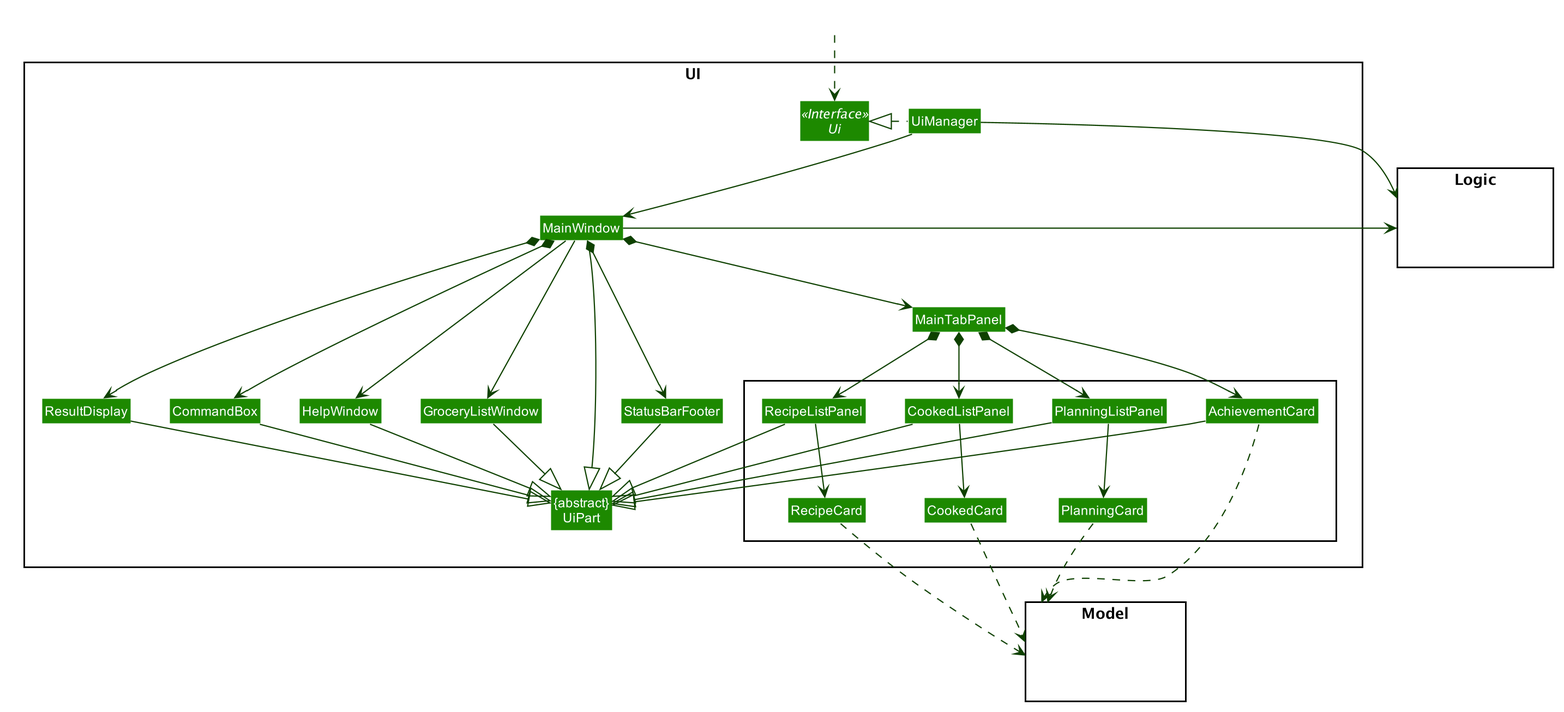
The PlantUML diagram docs/images/UiClassDiagram.png in nus-cs2103-AY1920S2/addressbook-level3, before a commit.
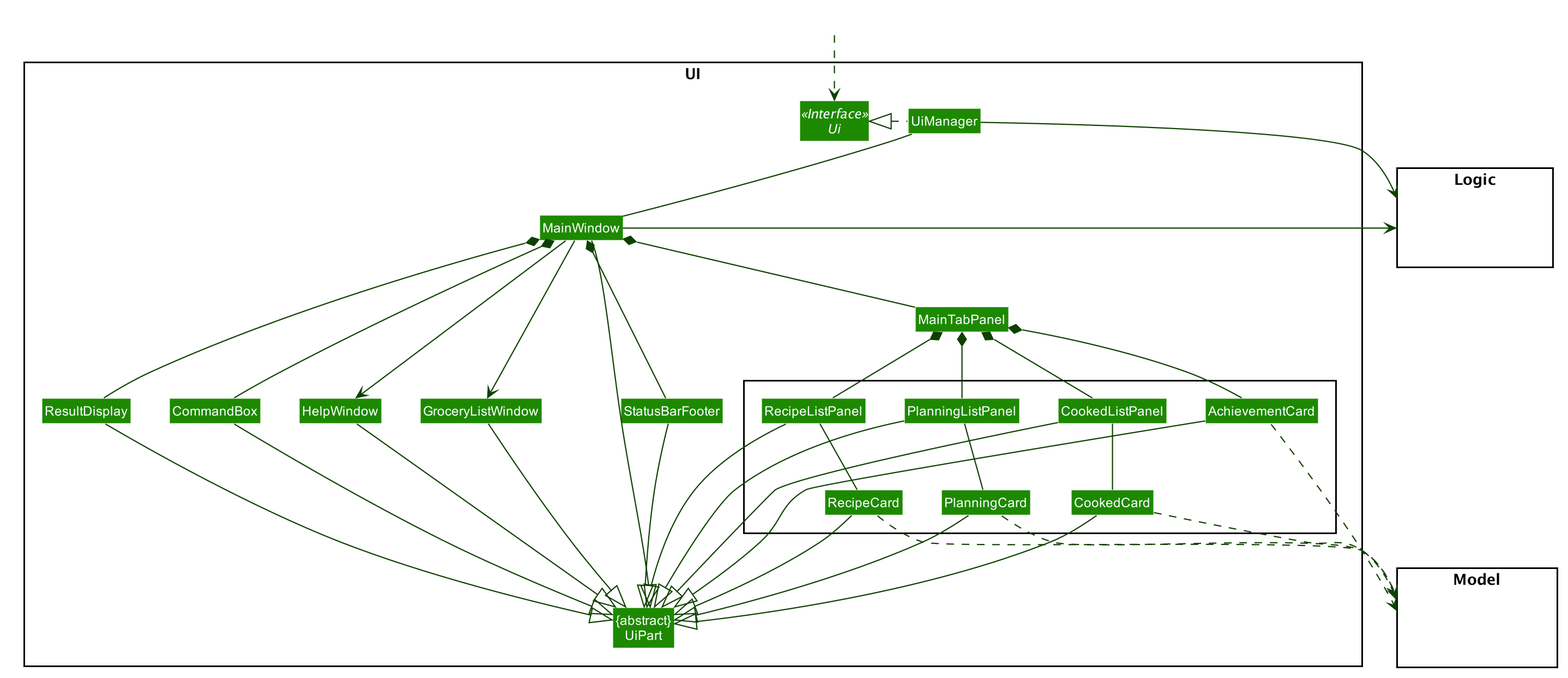
Later version of the same file.

Diff of the diagram source:
```diff
@@ -85,21 +85,21 @@
 HiddenOutside ..> Ui
 
 UiManager .left.|> Ui
-UiManager -down-> MainWindow
+UiManager -down- MainWindow
 MainWindow --> HelpWindow
 MainWindow --> GroceryListWindow
-MainWindow *-down-> CommandBox
-MainWindow *-down-> ResultDisplay
-MainWindow *-down-> StatusBarFooter
-MainWindow *-down-> MainTabPanel
+MainWindow *-down- CommandBox
+MainWindow *-down- ResultDisplay
+MainWindow *-down- StatusBarFooter
+MainWindow *-down- MainTabPanel
 
-MainTabPanel *-down-> RecipeListPanel
-RecipeListPanel -down-> RecipeCard
-MainTabPanel *-down-> PlanningListPanel
-PlanningListPanel -down-> PlanningCard
-MainTabPanel *-down-> CookedListPanel
-CookedListPanel -down-> CookedCard
-MainTabPanel *-down-> AchievementCard
+MainTabPanel *-down- RecipeListPanel
+RecipeListPanel -down- RecipeCard
+MainTabPanel *-down- PlanningListPanel
+PlanningListPanel -down- PlanningCard
+MainTabPanel *-down- CookedListPanel
+CookedListPanel -down- CookedCard
+MainTabPanel *-down- AchievementCard
 
 
 MainWindow -left-|> UiPart
@@ -111,8 +111,11 @@
 PlanningListPanel --|> UiPart
 CookedListPanel  --|> UiPart
 AchievementCard  --|> UiPart
+RecipeCard  --|> UiPart
+PlanningCard  --|> UiPart
+CookedCard  --|> UiPart
 StatusBarFooter --|> UiPart
-HelpWindow -down-|> UiPart
+HelpWindow --|> UiPart
 
 RecipeCard .down.> Model
 PlanningCard .down.> Model
@@ -125,6 +128,7 @@
 HelpWindow -[hidden]left- CommandBox
 CommandBox -[hidden]left- ResultDisplay
 ResultDisplay -[hidden]left- StatusBarFooter
+GroceryListWindow -[hidden]left- StatusBarFooter
 
 MainWindow -[hidden]-|> UiPart
 @enduml
```
